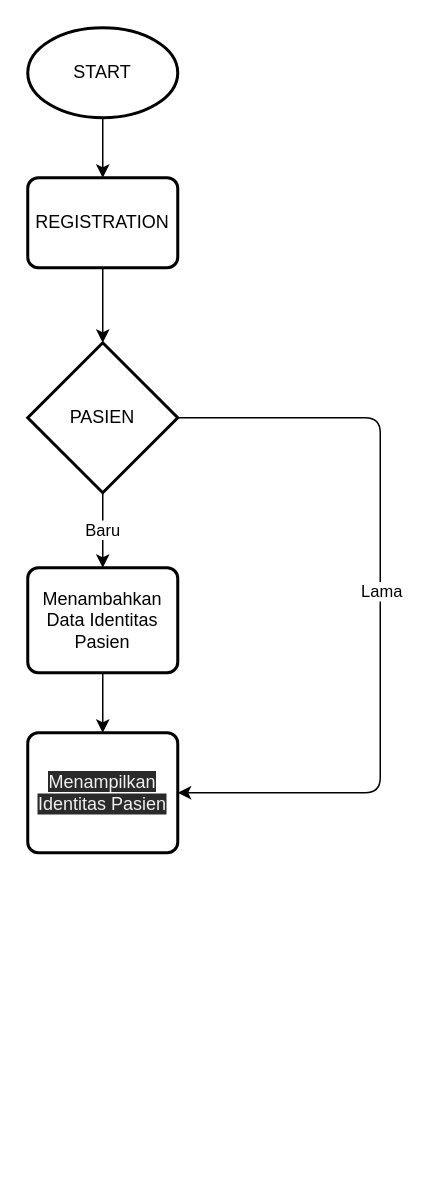
Earlier version of the draw.io diagram hospital-admission.drawio (Jarramdhan28/MuhamadFajar-HospitalAdmission-App). Source tidied: cells renumbered, new cells numbered last; positions are measured from the earlier drawing's top-left corner, leaving out a move shared by most shapes. Both pictures are drawn from the tidied source at 150%, with x=0, y=0 at pixel (27, 27).
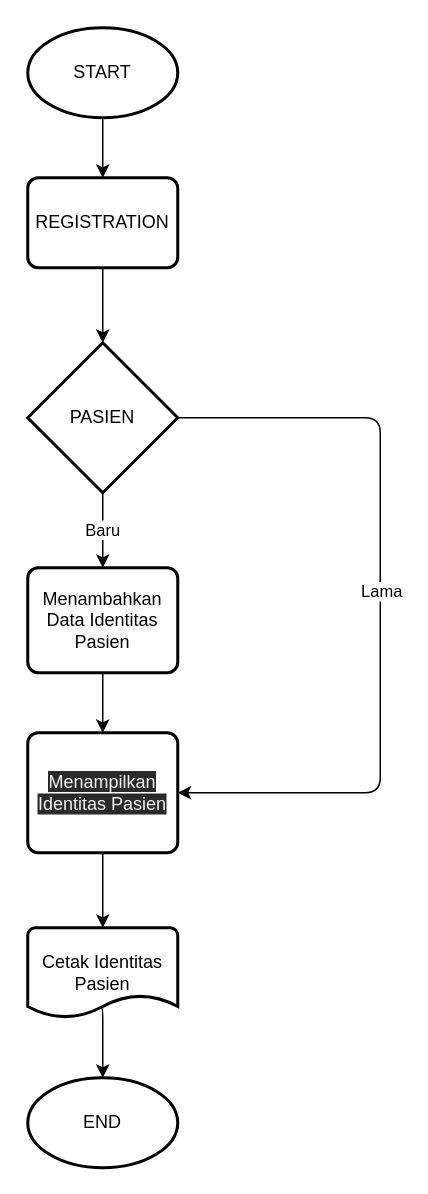
The same page after the edit.

Commit message:
feat : add print identitas pasien in flowchart

The change refers to these unchanged cells:
```xml
<mxCell id="12" value="&#10;&#10;&lt;span style=&quot;color: rgb(240, 240, 240); font-family: helvetica; font-size: 12px; font-style: normal; font-weight: 400; letter-spacing: normal; text-align: center; text-indent: 0px; text-transform: none; word-spacing: 0px; background-color: rgb(42, 42, 42); display: inline; float: none;&quot;&gt;Menampilkan Identitas Pasien&lt;/span&gt;&#10;&#10;" style="rounded=1;whiteSpace=wrap;html=1;absoluteArcSize=1;arcSize=14;strokeWidth=2;" parent="1" vertex="1">
  <mxGeometry y="470" width="100" height="80" as="geometry" />
</mxCell>
```

What changed in the source:
```diff
@@
+    <mxCell id="13" style="edgeStyle=none;html=1;exitX=0.5;exitY=1;exitDx=0;exitDy=0;" parent="1" edge="1" source="12" target="16">
+      <mxGeometry relative="1" as="geometry" />
+    </mxCell>
@@
+    <mxCell id="14" value="END" style="strokeWidth=2;html=1;shape=mxgraph.flowchart.start_1;whiteSpace=wrap;" parent="1" vertex="1">
+      <mxGeometry y="700" width="100" height="60" as="geometry" />
+    </mxCell>
+    <mxCell id="15" style="edgeStyle=orthogonalEdgeStyle;html=1;exitX=0.483;exitY=0.871;exitDx=0;exitDy=0;exitPerimeter=0;" parent="1" edge="1" source="16" target="14">
+      <mxGeometry relative="1" as="geometry">
+        <Array as="points">
+          <mxPoint x="50" y="652" />
+        </Array>
+      </mxGeometry>
+    </mxCell>
+    <mxCell id="16" value="Cetak Identitas Pasien" style="strokeWidth=2;html=1;shape=mxgraph.flowchart.document2;whiteSpace=wrap;size=0.25;" parent="1" vertex="1">
+      <mxGeometry y="600" width="100" height="60" as="geometry" />
+    </mxCell>
```
